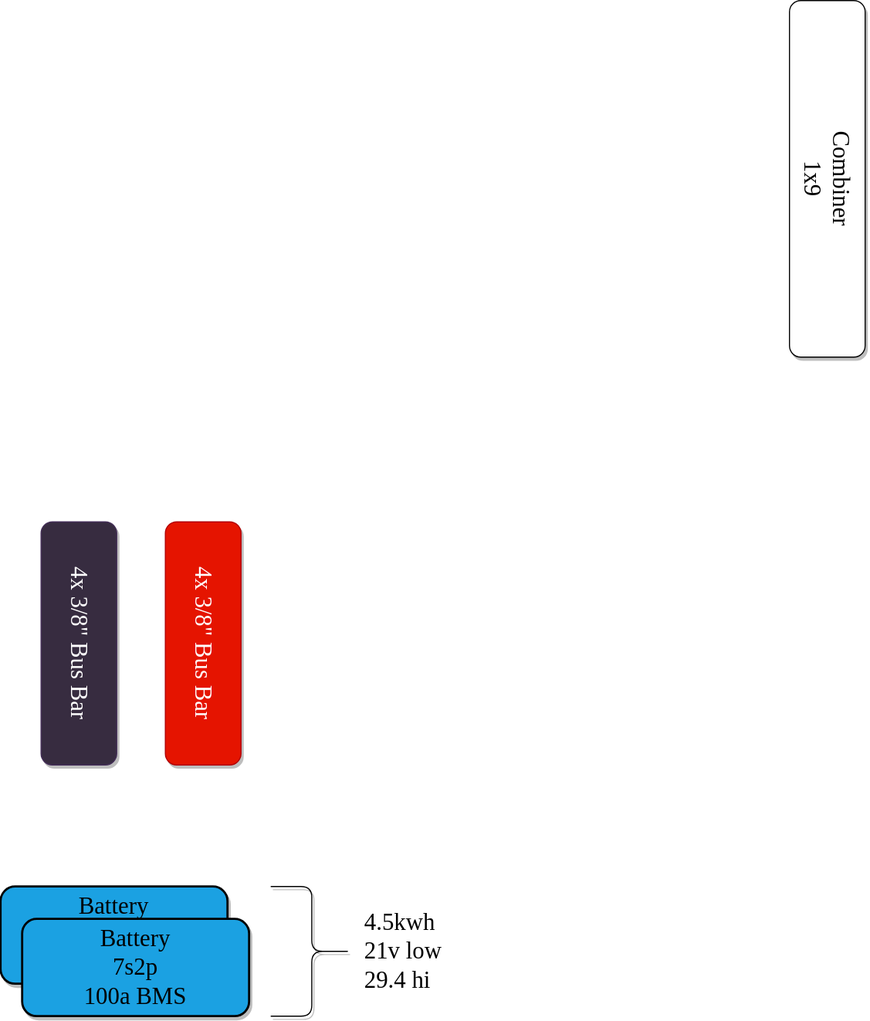
clomads/gary-bussy keeps this draw.io diagram as gary-bussy-electrical.drawio.svg. Above is the earlier version. Source tidied: cells renumbered, new cells last; positions are measured from the earlier drawing's top-left corner, leaving out a move shared by most shapes. Its diagram source:
```xml
<mxGraphModel>
  <root>
    <mxCell id="0" />
    <mxCell id="1" parent="0" />
    <mxCell id="2" value="Battery&lt;br&gt;7s2p&lt;br&gt;100a BMS" style="rounded=1;whiteSpace=wrap;html=1;strokeWidth=2;fillWeight=4;hachureGap=8;hachureAngle=45;fillColor=#1ba1e2;sketch=0;fontSize=22;shadow=1;fontFamily=League Spartan;fontSource=https%3A%2F%2Ffonts.googleapis.com%2Fcss%3Ffamily%3DLeague%2BSpartan;" parent="1" vertex="1">
      <mxGeometry x="40" y="690" width="210" height="90" as="geometry" />
    </mxCell>
    <mxCell id="3" value="Battery&lt;br&gt;7s2p&lt;br&gt;100a BMS" style="rounded=1;whiteSpace=wrap;html=1;strokeWidth=2;fillWeight=4;hachureGap=8;hachureAngle=45;fillColor=#1ba1e2;sketch=0;fontSize=22;shadow=1;fontFamily=League Spartan;fontSource=https%3A%2F%2Ffonts.googleapis.com%2Fcss%3Ffamily%3DLeague%2BSpartan;" parent="1" vertex="1">
      <mxGeometry x="60" y="720" width="210" height="90" as="geometry" />
    </mxCell>
    <mxCell id="4" value="4.5kwh&lt;br&gt;21v low&lt;br&gt;29.4 hi&amp;nbsp;&amp;nbsp;" style="shape=curlyBracket;whiteSpace=wrap;html=1;rounded=1;flipH=1;labelPosition=right;verticalLabelPosition=middle;align=left;verticalAlign=middle;shadow=1;sketch=0;fontFamily=League Spartan;fontSource=https%3A%2F%2Ffonts.googleapis.com%2Fcss%3Ffamily%3DLeague%2BSpartan;fontSize=22;spacingLeft=9;" parent="1" vertex="1">
      <mxGeometry x="290" y="690" width="76" height="120" as="geometry" />
    </mxCell>
    <mxCell id="5" value="4x 3/8&quot; Bus Bar" style="rounded=1;whiteSpace=wrap;html=1;shadow=1;sketch=0;fontFamily=League Spartan;fontSource=https%3A%2F%2Ffonts.googleapis.com%2Fcss%3Ffamily%3DLeague%2BSpartan;fontSize=22;direction=south;fillColor=#e51400;strokeColor=#B20000;fontColor=#ffffff;rotation=90;" parent="1" vertex="1">
      <mxGeometry x="115" y="430" width="225" height="70" as="geometry" />
    </mxCell>
    <mxCell id="6" value="Combiner&lt;br&gt;1x9" style="rounded=1;whiteSpace=wrap;html=1;shadow=1;sketch=0;fontFamily=League Spartan;fontSource=https%3A%2F%2Ffonts.googleapis.com%2Fcss%3Ffamily%3DLeague%2BSpartan;fontSize=22;rotation=90;" parent="1" vertex="1">
      <mxGeometry x="640" width="330" height="70" as="geometry" />
    </mxCell>
    <mxCell id="7" value="4x 3/8&quot; Bus Bar" style="rounded=1;whiteSpace=wrap;html=1;shadow=1;sketch=0;fontFamily=League Spartan;fontSource=https%3A%2F%2Ffonts.googleapis.com%2Fcss%3Ffamily%3DLeague%2BSpartan;fontSize=22;direction=south;fillColor=#372C40;strokeColor=#432D57;fontColor=#ffffff;rotation=90;" parent="1" vertex="1">
      <mxGeometry y="430" width="225" height="70" as="geometry" />
    </mxCell>
  </root>
</mxGraphModel>
```
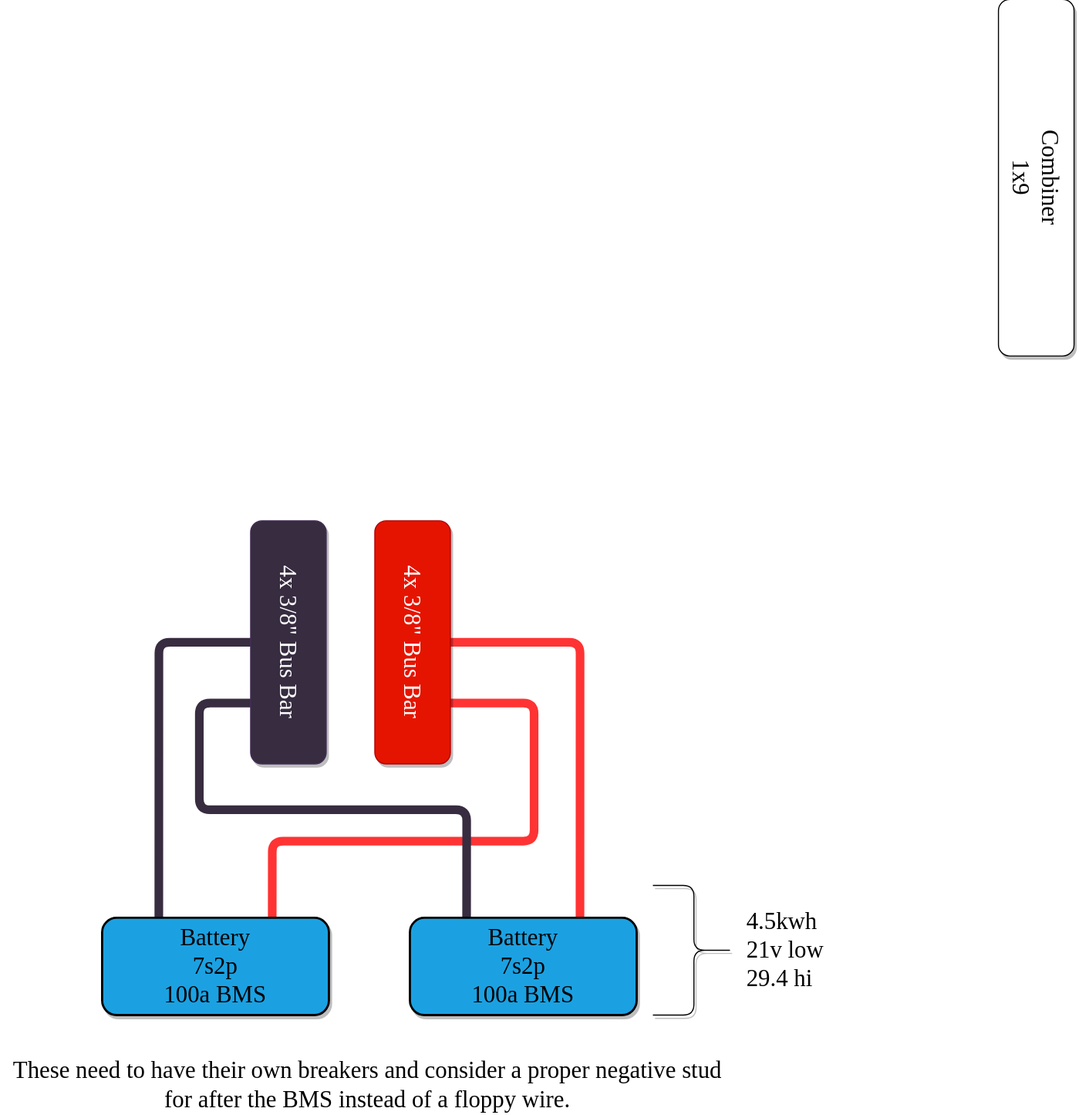
After the change.

Commit message:
wire up batteries - need wire gague info

Change to the diagram source:
```diff
@@ -2,14 +2,42 @@
   <root>
     <mxCell id="0" />
     <mxCell id="1" parent="0" />
+    <mxCell id="8" style="edgeStyle=orthogonalEdgeStyle;rounded=1;jumpSize=7;jettySize=auto;html=1;exitX=0.75;exitY=0;exitDx=0;exitDy=0;strokeColor=#FF3333;strokeWidth=8;fontFamily=League Spartan;fontSource=https%3A%2F%2Ffonts.googleapis.com%2Fcss%3Ffamily%3DLeague%2BSpartan;fontSize=22;endArrow=none;endFill=0;entryX=0;entryY=0.25;entryDx=0;entryDy=0;" parent="1" edge="1" source="2" target="5">
+      <mxGeometry relative="1" as="geometry">
+        <Array as="points">
+          <mxPoint x="98" y="649" />
+          <mxPoint x="340" y="649" />
+          <mxPoint x="340" y="521" />
+        </Array>
+      </mxGeometry>
+    </mxCell>
+    <mxCell id="9" style="edgeStyle=orthogonalEdgeStyle;rounded=1;jumpSize=7;jettySize=auto;html=1;exitX=0.25;exitY=0;exitDx=0;exitDy=0;entryX=1;entryY=0.5;entryDx=0;entryDy=0;strokeColor=#372C40;strokeWidth=8;fontFamily=League Spartan;fontSource=https%3A%2F%2Ffonts.googleapis.com%2Fcss%3Ffamily%3DLeague%2BSpartan;fontSize=22;endArrow=none;endFill=0;" parent="1" edge="1" source="2" target="7">
+      <mxGeometry relative="1" as="geometry" />
+    </mxCell>
     <mxCell id="2" value="Battery&lt;br&gt;7s2p&lt;br&gt;100a BMS" style="rounded=1;whiteSpace=wrap;html=1;strokeWidth=2;fillWeight=4;hachureGap=8;hachureAngle=45;fillColor=#1ba1e2;sketch=0;fontSize=22;shadow=1;fontFamily=League Spartan;fontSource=https%3A%2F%2Ffonts.googleapis.com%2Fcss%3Ffamily%3DLeague%2BSpartan;" parent="1" vertex="1">
-      <mxGeometry x="40" y="690" width="210" height="90" as="geometry" />
+      <mxGeometry x="-60" y="720" width="210" height="90" as="geometry" />
     </mxCell>
+    <mxCell id="10" style="edgeStyle=orthogonalEdgeStyle;rounded=1;jumpSize=7;jettySize=auto;html=1;exitX=0.75;exitY=0;exitDx=0;exitDy=0;entryX=0;entryY=0.5;entryDx=0;entryDy=0;strokeColor=#FF3333;strokeWidth=8;fontFamily=League Spartan;fontSource=https%3A%2F%2Ffonts.googleapis.com%2Fcss%3Ffamily%3DLeague%2BSpartan;fontSize=22;endArrow=none;endFill=0;" parent="1" edge="1" source="3" target="5">
+      <mxGeometry relative="1" as="geometry">
+        <Array as="points">
+          <mxPoint x="383" y="465" />
+        </Array>
+      </mxGeometry>
+    </mxCell>
+    <mxCell id="11" style="edgeStyle=orthogonalEdgeStyle;rounded=1;jumpSize=7;jettySize=auto;html=1;exitX=0.25;exitY=0;exitDx=0;exitDy=0;entryX=1;entryY=0.25;entryDx=0;entryDy=0;strokeColor=#372C40;strokeWidth=8;fontFamily=League Spartan;fontSource=https%3A%2F%2Ffonts.googleapis.com%2Fcss%3Ffamily%3DLeague%2BSpartan;fontSize=22;endArrow=none;endFill=0;" parent="1" edge="1" source="3" target="7">
+      <mxGeometry relative="1" as="geometry">
+        <Array as="points">
+          <mxPoint x="277" y="620" />
+          <mxPoint x="30" y="620" />
+          <mxPoint x="30" y="521" />
+        </Array>
+      </mxGeometry>
+    </mxCell>
     <mxCell id="3" value="Battery&lt;br&gt;7s2p&lt;br&gt;100a BMS" style="rounded=1;whiteSpace=wrap;html=1;strokeWidth=2;fillWeight=4;hachureGap=8;hachureAngle=45;fillColor=#1ba1e2;sketch=0;fontSize=22;shadow=1;fontFamily=League Spartan;fontSource=https%3A%2F%2Ffonts.googleapis.com%2Fcss%3Ffamily%3DLeague%2BSpartan;" parent="1" vertex="1">
-      <mxGeometry x="60" y="720" width="210" height="90" as="geometry" />
+      <mxGeometry x="225" y="720" width="210" height="90" as="geometry" />
     </mxCell>
     <mxCell id="4" value="4.5kwh&lt;br&gt;21v low&lt;br&gt;29.4 hi&amp;nbsp;&amp;nbsp;" style="shape=curlyBracket;whiteSpace=wrap;html=1;rounded=1;flipH=1;labelPosition=right;verticalLabelPosition=middle;align=left;verticalAlign=middle;shadow=1;sketch=0;fontFamily=League Spartan;fontSource=https%3A%2F%2Ffonts.googleapis.com%2Fcss%3Ffamily%3DLeague%2BSpartan;fontSize=22;spacingLeft=9;" parent="1" vertex="1">
-      <mxGeometry x="290" y="690" width="76" height="120" as="geometry" />
+      <mxGeometry x="450" y="690" width="76" height="120" as="geometry" />
     </mxCell>
     <mxCell id="5" value="4x 3/8&quot; Bus Bar" style="rounded=1;whiteSpace=wrap;html=1;shadow=1;sketch=0;fontFamily=League Spartan;fontSource=https%3A%2F%2Ffonts.googleapis.com%2Fcss%3Ffamily%3DLeague%2BSpartan;fontSize=22;direction=south;fillColor=#e51400;strokeColor=#B20000;fontColor=#ffffff;rotation=90;" parent="1" vertex="1">
       <mxGeometry x="115" y="430" width="225" height="70" as="geometry" />
@@ -20,5 +48,8 @@
     <mxCell id="7" value="4x 3/8&quot; Bus Bar" style="rounded=1;whiteSpace=wrap;html=1;shadow=1;sketch=0;fontFamily=League Spartan;fontSource=https%3A%2F%2Ffonts.googleapis.com%2Fcss%3Ffamily%3DLeague%2BSpartan;fontSize=22;direction=south;fillColor=#372C40;strokeColor=#432D57;fontColor=#ffffff;rotation=90;" parent="1" vertex="1">
       <mxGeometry y="430" width="225" height="70" as="geometry" />
     </mxCell>
+    <mxCell id="12" value="These need to have their own breakers and consider a proper negative stud for after the BMS instead of a floppy wire.&lt;br&gt;" style="text;html=1;strokeColor=none;fillColor=none;align=center;verticalAlign=middle;whiteSpace=wrap;rounded=0;shadow=1;sketch=0;fontFamily=League Spartan;fontSource=https%3A%2F%2Ffonts.googleapis.com%2Fcss%3Ffamily%3DLeague%2BSpartan;fontSize=22;" parent="1" vertex="1">
+      <mxGeometry x="-154" y="860" width="680" height="30" as="geometry" />
+    </mxCell>
   </root>
 </mxGraphModel>
```
